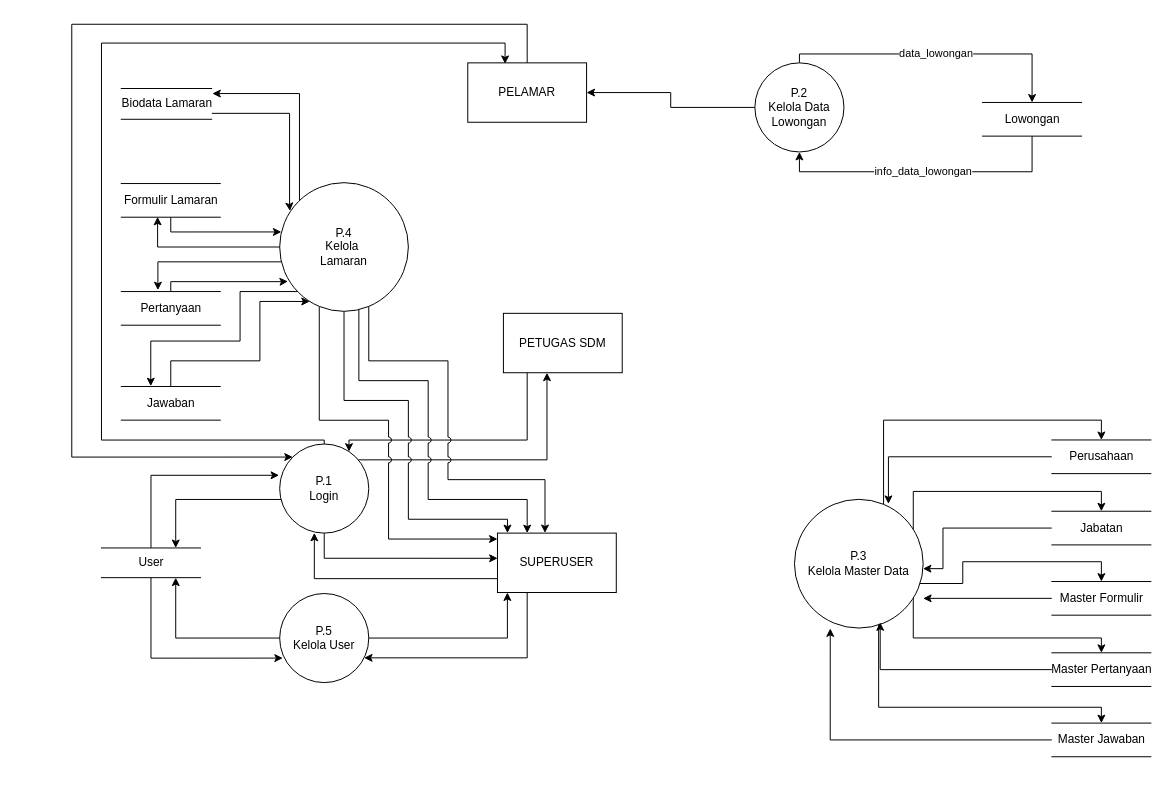
Earlier version of the draw.io diagram page "DFD 0" (2 of 7) of DFD v2.drawio (keys2505/tugas-akhir). Source tidied: cells renumbered, new cells numbered last; positions are measured from the earlier drawing's top-left corner, leaving out a move shared by most shapes. Both pictures are drawn from the tidied source at 99%, with x=0, y=0 at pixel (71, 24).
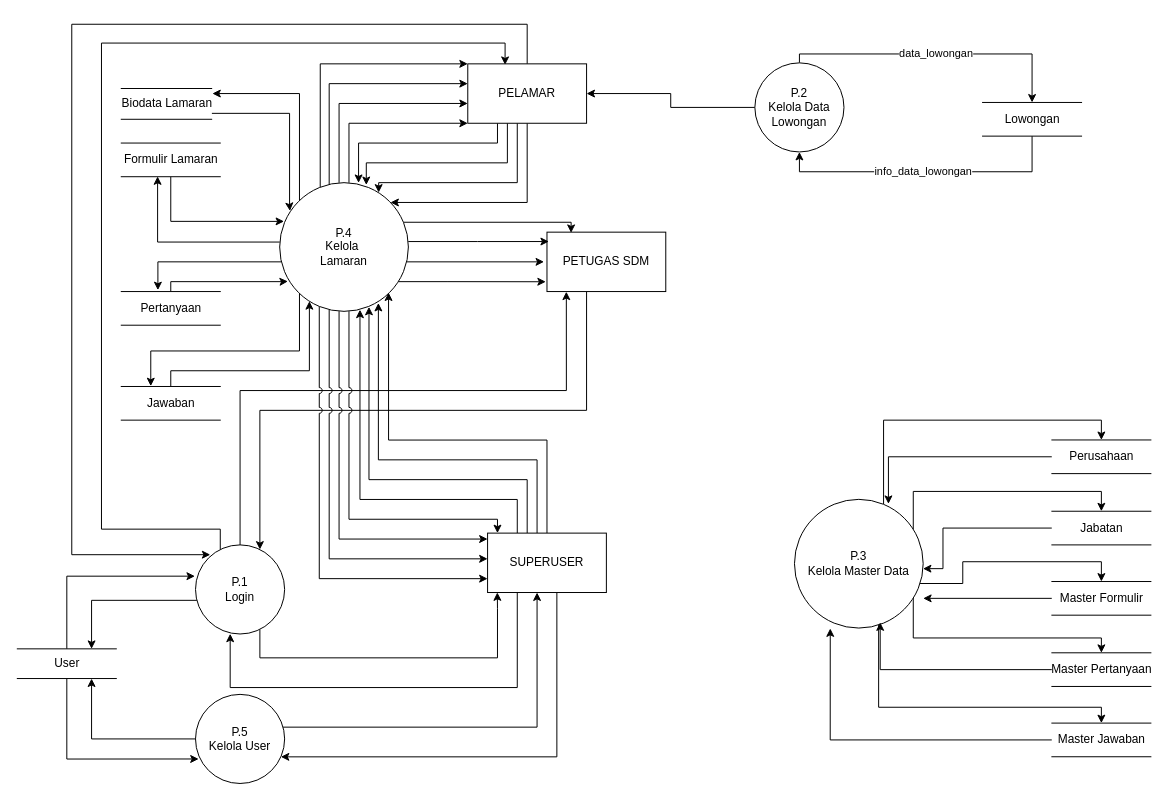
The same diagram, later.

Unchanged cells that the change refers to:
```xml
<mxCell id="36" value="&lt;div&gt;P.4&lt;/div&gt;&lt;div&gt;Kelola&amp;nbsp;&lt;/div&gt;&lt;div&gt;&lt;span style=&quot;background-color: initial;&quot;&gt;Lamaran&lt;/span&gt;&lt;br&gt;&lt;/div&gt;" style="ellipse;whiteSpace=wrap;html=1;" parent="1" vertex="1">
  <mxGeometry x="210" y="160" width="130" height="130" as="geometry" />
</mxCell>
<mxCell id="53" value="Jawaban" style="html=1;dashed=0;whitespace=wrap;shape=partialRectangle;right=0;left=0;" parent="1" vertex="1">
  <mxGeometry x="50" y="365.9" width="100" height="34" as="geometry" />
</mxCell>
```

Change to the diagram source:
```diff
@@
     <mxCell id="2" style="edgeStyle=orthogonalEdgeStyle;rounded=0;jettySize=auto;html=1;entryX=0.75;entryY=0;entryDx=0;entryDy=0;" parent="1" edge="1" source="6" target="16">
       <mxGeometry relative="1" as="geometry">
         <Array as="points">
-          <mxPoint x="105" y="480" />
+          <mxPoint x="20" y="581.9" />
         </Array>
       </mxGeometry>
     </mxCell>
-    <mxCell id="3" style="edgeStyle=orthogonalEdgeStyle;rounded=0;jettySize=auto;html=1;entryX=0.001;entryY=0.424;entryDx=0;entryDy=0;entryPerimeter=0;" parent="1" edge="1" source="6" target="13">
-      <mxGeometry relative="1" as="geometry">
-        <Array as="points">
-          <mxPoint x="255" y="539" />
-        </Array>
-      </mxGeometry>
-    </mxCell>
-    <mxCell id="4" style="edgeStyle=orthogonalEdgeStyle;rounded=0;jettySize=auto;html=1;" parent="1" edge="1" source="6" target="8">
+    <mxCell id="4" style="edgeStyle=orthogonalEdgeStyle;rounded=0;jettySize=auto;html=1;entryX=0.163;entryY=1.002;entryDx=0;entryDy=0;entryPerimeter=0;" parent="1" edge="1" source="6" target="8">
       <mxGeometry relative="1" as="geometry">
         <Array as="points">
-          <mxPoint x="480" y="440" />
+          <mxPoint x="170" y="370" />
+          <mxPoint x="500" y="370" />
+          <mxPoint x="500" y="270" />
         </Array>
       </mxGeometry>
     </mxCell>
     <mxCell id="5" style="edgeStyle=orthogonalEdgeStyle;rounded=0;jettySize=auto;html=1;entryX=0.314;entryY=0.017;entryDx=0;entryDy=0;entryPerimeter=0;" parent="1" edge="1" source="6" target="10">
       <mxGeometry relative="1" as="geometry">
         <Array as="points">
-          <mxPoint x="255" y="420" />
-          <mxPoint x="30" y="420" />
+          <mxPoint x="150" y="510" />
+          <mxPoint x="30" y="510" />
           <mxPoint x="30" y="19" />
           <mxPoint x="438" y="19" />
         </Array>
       </mxGeometry>
     </mxCell>
+    <mxCell id="3" style="edgeStyle=orthogonalEdgeStyle;rounded=0;jettySize=auto;html=1;entryX=0.082;entryY=0.998;entryDx=0;entryDy=0;entryPerimeter=0;" parent="1" edge="1" source="6" target="13">
+      <mxGeometry relative="1" as="geometry">
+        <Array as="points">
+          <mxPoint x="190" y="640" />
+          <mxPoint x="430" y="640" />
+          <mxPoint x="430" y="590" />
+          <mxPoint x="430" y="590" />
+        </Array>
+      </mxGeometry>
+    </mxCell>
     <mxCell id="6" value="&lt;div&gt;P.1&lt;/div&gt;&lt;div&gt;Login&lt;br&gt;&lt;/div&gt;" style="ellipse;whiteSpace=wrap;html=1;" parent="1" vertex="1">
-      <mxGeometry x="210" y="424" width="90" height="90" as="geometry" />
+      <mxGeometry x="125" y="525.9" width="90" height="90" as="geometry" />
     </mxCell>
-    <mxCell id="7" style="edgeStyle=orthogonalEdgeStyle;rounded=0;jettySize=auto;html=1;entryX=0.778;entryY=0.085;entryDx=0;entryDy=0;entryPerimeter=0;" parent="1" edge="1" source="8" target="6">
+    <mxCell id="7" style="edgeStyle=orthogonalEdgeStyle;rounded=0;jettySize=auto;html=1;" parent="1" edge="1" source="8" target="6">
       <mxGeometry relative="1" as="geometry">
         <Array as="points">
-          <mxPoint x="460" y="420" />
-          <mxPoint x="280" y="420" />
+          <mxPoint x="520" y="390" />
+          <mxPoint x="190" y="390" />
         </Array>
       </mxGeometry>
     </mxCell>
     <mxCell id="8" value="PETUGAS SDM" style="rounded=0;whiteSpace=wrap;html=1;" parent="1" vertex="1">
-      <mxGeometry x="436" y="292" width="120" height="60" as="geometry" />
+      <mxGeometry x="480" y="210" width="120" height="60" as="geometry" />
     </mxCell>
-    <mxCell id="9" style="edgeStyle=orthogonalEdgeStyle;rounded=0;jettySize=auto;html=1;entryX=0;entryY=0;entryDx=0;entryDy=0;exitX=0.5;exitY=0;exitDx=0;exitDy=0;" parent="1" edge="1" source="10" target="6">
+    <mxCell id="9" style="edgeStyle=orthogonalEdgeStyle;rounded=0;jettySize=auto;html=1;exitX=0.5;exitY=0;exitDx=0;exitDy=0;entryX=0.166;entryY=0.11;entryDx=0;entryDy=0;entryPerimeter=0;" parent="1" edge="1" source="10" target="6">
       <mxGeometry relative="1" as="geometry">
         <Array as="points">
           <mxPoint x="460" />
           <mxPoint />
-          <mxPoint y="437" />
+          <mxPoint y="536" />
         </Array>
       </mxGeometry>
     </mxCell>
+    <mxCell id="58" style="edgeStyle=orthogonalEdgeStyle;rounded=0;jettySize=auto;html=1;" parent="1" edge="1" source="10" target="36">
+      <mxGeometry relative="1" as="geometry">
+        <Array as="points">
+          <mxPoint x="460" y="180" />
+        </Array>
+      </mxGeometry>
+    </mxCell>
+    <mxCell id="59" style="edgeStyle=orthogonalEdgeStyle;rounded=0;jettySize=auto;html=1;entryX=0.769;entryY=0.077;entryDx=0;entryDy=0;entryPerimeter=0;" parent="1" edge="1" source="10" target="36">
+      <mxGeometry relative="1" as="geometry">
+        <Array as="points">
+          <mxPoint x="450" y="160" />
+          <mxPoint x="310" y="160" />
+        </Array>
+      </mxGeometry>
+    </mxCell>
+    <mxCell id="60" style="edgeStyle=orthogonalEdgeStyle;rounded=0;jettySize=auto;html=1;entryX=0.673;entryY=0.018;entryDx=0;entryDy=0;entryPerimeter=0;" parent="1" edge="1" source="10" target="36">
+      <mxGeometry relative="1" as="geometry">
+        <Array as="points">
+          <mxPoint x="440" y="140" />
+          <mxPoint x="298" y="140" />
+        </Array>
+      </mxGeometry>
+    </mxCell>
+    <mxCell id="61" style="edgeStyle=orthogonalEdgeStyle;rounded=0;jettySize=auto;html=1;entryX=0.613;entryY=0.002;entryDx=0;entryDy=0;entryPerimeter=0;" parent="1" edge="1" source="10" target="36">
+      <mxGeometry relative="1" as="geometry">
+        <Array as="points">
+          <mxPoint x="430" y="120" />
+          <mxPoint x="290" y="120" />
+        </Array>
+      </mxGeometry>
+    </mxCell>
     <mxCell id="10" value="PELAMAR" style="rounded=0;whiteSpace=wrap;html=1;" parent="1" vertex="1">
-      <mxGeometry x="400" y="39" width="120" height="60" as="geometry" />
+      <mxGeometry x="400" y="40" width="120" height="60" as="geometry" />
     </mxCell>
     <mxCell id="11" style="edgeStyle=orthogonalEdgeStyle;rounded=0;jettySize=auto;html=1;" parent="1" edge="1" source="13" target="39">
       <mxGeometry relative="1" as="geometry">
         <Array as="points">
-          <mxPoint x="460" y="640" />
+          <mxPoint x="490" y="740" />
         </Array>
       </mxGeometry>
     </mxCell>
     <mxCell id="12" style="edgeStyle=orthogonalEdgeStyle;rounded=0;jettySize=auto;html=1;entryX=0.389;entryY=0.997;entryDx=0;entryDy=0;entryPerimeter=0;" parent="1" edge="1" source="13" target="6">
       <mxGeometry relative="1" as="geometry">
         <Array as="points">
-          <mxPoint x="245" y="560" />
+          <mxPoint x="450" y="670" />
+          <mxPoint x="160" y="670" />
         </Array>
       </mxGeometry>
     </mxCell>
+    <mxCell id="62" style="edgeStyle=orthogonalEdgeStyle;rounded=0;jettySize=auto;html=1;exitX=0.25;exitY=0;exitDx=0;exitDy=0;entryX=0.624;entryY=0.987;entryDx=0;entryDy=0;entryPerimeter=0;" parent="1" edge="1" source="13" target="36">
+      <mxGeometry relative="1" as="geometry">
+        <Array as="points">
+          <mxPoint x="450" y="480" />
+          <mxPoint x="291" y="480" />
+        </Array>
+      </mxGeometry>
+    </mxCell>
+    <mxCell id="63" style="edgeStyle=orthogonalEdgeStyle;rounded=0;jettySize=auto;html=1;entryX=0.694;entryY=0.965;entryDx=0;entryDy=0;entryPerimeter=0;" parent="1" edge="1" source="13" target="36">
+      <mxGeometry relative="1" as="geometry">
+        <Array as="points">
+          <mxPoint x="460" y="460" />
+          <mxPoint x="300" y="460" />
+        </Array>
+      </mxGeometry>
+    </mxCell>
+    <mxCell id="64" style="edgeStyle=orthogonalEdgeStyle;rounded=0;jettySize=auto;html=1;entryX=0.767;entryY=0.935;entryDx=0;entryDy=0;entryPerimeter=0;" parent="1" edge="1" source="13" target="36">
+      <mxGeometry relative="1" as="geometry">
+        <Array as="points">
+          <mxPoint x="470" y="440" />
+          <mxPoint x="310" y="440" />
+          <mxPoint x="310" y="282" />
+        </Array>
+      </mxGeometry>
+    </mxCell>
+    <mxCell id="65" style="edgeStyle=orthogonalEdgeStyle;rounded=0;jettySize=auto;html=1;entryX=0.846;entryY=0.854;entryDx=0;entryDy=0;entryPerimeter=0;" parent="1" edge="1" source="13" target="36">
+      <mxGeometry relative="1" as="geometry">
+        <Array as="points">
+          <mxPoint x="480" y="420" />
+          <mxPoint x="320" y="420" />
+        </Array>
+      </mxGeometry>
+    </mxCell>
     <mxCell id="13" value="SUPERUSER" style="rounded=0;whiteSpace=wrap;html=1;" parent="1" vertex="1">
-      <mxGeometry x="430" y="514" width="120" height="60" as="geometry" />
+      <mxGeometry x="420" y="514" width="120" height="60" as="geometry" />
     </mxCell>
     <mxCell id="14" style="edgeStyle=orthogonalEdgeStyle;rounded=0;jettySize=auto;html=1;entryX=-0.007;entryY=0.351;entryDx=0;entryDy=0;entryPerimeter=0;" parent="1" edge="1" source="16" target="6">
       <mxGeometry relative="1" as="geometry">
         <Array as="points">
-          <mxPoint x="80" y="456" />
+          <mxPoint x="-5" y="557.9" />
         </Array>
       </mxGeometry>
     </mxCell>
     <mxCell id="15" style="edgeStyle=orthogonalEdgeStyle;rounded=0;jettySize=auto;html=1;entryX=0.035;entryY=0.725;entryDx=0;entryDy=0;entryPerimeter=0;" parent="1" edge="1" source="16" target="39">
       <mxGeometry relative="1" as="geometry">
         <Array as="points">
-          <mxPoint x="80" y="640" />
+          <mxPoint x="-5" y="741.9" />
         </Array>
       </mxGeometry>
     </mxCell>
     <mxCell id="16" value="User" style="html=1;dashed=0;whitespace=wrap;shape=partialRectangle;right=0;left=0;" parent="1" vertex="1">
-      <mxGeometry x="30" y="529" width="100" height="30" as="geometry" />
+      <mxGeometry x="-55" y="630.9" width="100" height="30" as="geometry" />
     </mxCell>
@@
     <mxCell id="29" style="edgeStyle=orthogonalEdgeStyle;rounded=0;jettySize=auto;html=1;entryX=0.367;entryY=0.99;entryDx=0;entryDy=0;entryPerimeter=0;" parent="1" edge="1" source="36" target="41">
-      <mxGeometry relative="1" as="geometry" />
+      <mxGeometry relative="1" as="geometry">
+        <Array as="points">
+          <mxPoint x="87" y="220" />
+        </Array>
+      </mxGeometry>
     </mxCell>
@@
     <mxCell id="31" style="edgeStyle=orthogonalEdgeStyle;rounded=0;jettySize=auto;html=1;entryX=0.298;entryY=-0.01;entryDx=0;entryDy=0;entryPerimeter=0;" parent="1" edge="1" source="36" target="53">
       <mxGeometry relative="1" as="geometry">
         <Array as="points">
-          <mxPoint x="170" y="270" />
-          <mxPoint x="170" y="320" />
-          <mxPoint x="80" y="320" />
+          <mxPoint x="230" y="330" />
+          <mxPoint x="80" y="330" />
         </Array>
       </mxGeometry>
     </mxCell>
-    <mxCell id="32" style="edgeStyle=orthogonalEdgeStyle;rounded=0;jettySize=auto;html=1;jumpStyle=arc;" parent="1" edge="1" source="36">
+    <mxCell id="32" style="edgeStyle=orthogonalEdgeStyle;rounded=0;jettySize=auto;html=1;jumpStyle=arc;entryX=0;entryY=0.767;entryDx=0;entryDy=0;entryPerimeter=0;" parent="1" edge="1" source="36" target="13">
       <mxGeometry relative="1" as="geometry">
-        <mxPoint x="430" y="520" as="targetPoint" />
         <Array as="points">
-          <mxPoint x="250" y="400" />
-          <mxPoint x="320" y="400" />
-          <mxPoint x="320" y="520" />
-          <mxPoint x="430" y="520" />
+          <mxPoint x="250" y="560" />
         </Array>
       </mxGeometry>
     </mxCell>
-    <mxCell id="33" style="edgeStyle=orthogonalEdgeStyle;rounded=0;jettySize=auto;html=1;entryX=0.084;entryY=-0.001;entryDx=0;entryDy=0;entryPerimeter=0;jumpStyle=arc;" parent="1" edge="1" source="36" target="13">
+    <mxCell id="33" style="edgeStyle=orthogonalEdgeStyle;rounded=0;jettySize=auto;html=1;entryX=0;entryY=0.433;entryDx=0;entryDy=0;entryPerimeter=0;jumpStyle=arc;" parent="1" edge="1" source="36" target="13">
       <mxGeometry relative="1" as="geometry">
         <Array as="points">
-          <mxPoint x="275" y="380" />
-          <mxPoint x="340" y="380" />
-          <mxPoint x="340" y="500" />
-          <mxPoint x="440" y="500" />
+          <mxPoint x="260" y="540" />
         </Array>
       </mxGeometry>
     </mxCell>
-    <mxCell id="34" style="edgeStyle=orthogonalEdgeStyle;rounded=0;jettySize=auto;html=1;entryX=0.25;entryY=0;entryDx=0;entryDy=0;jumpStyle=arc;" parent="1" edge="1" source="36" target="13">
+    <mxCell id="34" style="edgeStyle=orthogonalEdgeStyle;rounded=0;jettySize=auto;html=1;jumpStyle=arc;" parent="1" edge="1" source="36">
       <mxGeometry relative="1" as="geometry">
+        <mxPoint x="420" y="520" as="targetPoint" />
         <Array as="points">
-          <mxPoint x="290" y="360" />
-          <mxPoint x="360" y="360" />
-          <mxPoint x="360" y="480" />
-          <mxPoint x="460" y="480" />
+          <mxPoint x="270" y="520" />
         </Array>
       </mxGeometry>
     </mxCell>
-    <mxCell id="35" style="edgeStyle=orthogonalEdgeStyle;rounded=0;jettySize=auto;html=1;jumpStyle=arc;entryX=0.4;entryY=-0.003;entryDx=0;entryDy=0;entryPerimeter=0;" parent="1" edge="1" source="36" target="13">
+    <mxCell id="35" style="edgeStyle=orthogonalEdgeStyle;rounded=0;jettySize=auto;html=1;jumpStyle=arc;" parent="1" edge="1" source="36">
       <mxGeometry relative="1" as="geometry">
+        <mxPoint x="430" y="514" as="targetPoint" />
         <Array as="points">
-          <mxPoint x="300" y="340" />
-          <mxPoint x="380" y="340" />
-          <mxPoint x="380" y="460" />
-          <mxPoint x="478" y="460" />
+          <mxPoint x="280" y="500" />
+          <mxPoint x="430" y="500" />
         </Array>
       </mxGeometry>
     </mxCell>
+    <mxCell id="66" style="edgeStyle=orthogonalEdgeStyle;rounded=0;jettySize=auto;html=1;entryX=0;entryY=0;entryDx=0;entryDy=0;exitX=0.315;exitY=0.045;exitDx=0;exitDy=0;exitPerimeter=0;" parent="1" edge="1" source="36" target="10">
+      <mxGeometry relative="1" as="geometry">
+        <Array as="points">
+          <mxPoint x="251" y="40" />
+          <mxPoint x="400" y="40" />
+        </Array>
+      </mxGeometry>
+    </mxCell>
+    <mxCell id="67" style="edgeStyle=orthogonalEdgeStyle;rounded=0;jettySize=auto;html=1;" parent="1" edge="1" source="36">
+      <mxGeometry relative="1" as="geometry">
+        <mxPoint x="400" y="60" as="targetPoint" />
+        <Array as="points">
+          <mxPoint x="260" y="60" />
+          <mxPoint x="400" y="60" />
+        </Array>
+      </mxGeometry>
+    </mxCell>
+    <mxCell id="68" style="edgeStyle=orthogonalEdgeStyle;rounded=0;jettySize=auto;html=1;" parent="1" edge="1" source="36">
+      <mxGeometry relative="1" as="geometry">
+        <mxPoint x="400" y="80" as="targetPoint" />
+        <Array as="points">
+          <mxPoint x="270" y="80" />
+          <mxPoint x="400" y="80" />
+        </Array>
+      </mxGeometry>
+    </mxCell>
+    <mxCell id="69" style="edgeStyle=orthogonalEdgeStyle;rounded=0;jettySize=auto;html=1;" parent="1" edge="1" source="36">
+      <mxGeometry relative="1" as="geometry">
+        <mxPoint x="400" y="100" as="targetPoint" />
+        <Array as="points">
+          <mxPoint x="280" y="100" />
+        </Array>
+      </mxGeometry>
+    </mxCell>
+    <mxCell id="70" style="edgeStyle=orthogonalEdgeStyle;rounded=0;jettySize=auto;html=1;entryX=0.203;entryY=0.012;entryDx=0;entryDy=0;entryPerimeter=0;" parent="1" edge="1" source="36" target="8">
+      <mxGeometry relative="1" as="geometry">
+        <Array as="points">
+          <mxPoint x="504" y="200" />
+        </Array>
+      </mxGeometry>
+    </mxCell>
+    <mxCell id="71" style="edgeStyle=orthogonalEdgeStyle;rounded=0;jettySize=auto;html=1;entryX=0.016;entryY=0.158;entryDx=0;entryDy=0;entryPerimeter=0;" parent="1" edge="1" source="36" target="8">
+      <mxGeometry relative="1" as="geometry">
+        <Array as="points">
+          <mxPoint x="410" y="220" />
+        </Array>
+      </mxGeometry>
+    </mxCell>
+    <mxCell id="72" style="edgeStyle=orthogonalEdgeStyle;rounded=0;jettySize=auto;html=1;" parent="1" edge="1" source="36">
+      <mxGeometry relative="1" as="geometry">
+        <mxPoint x="477" y="240" as="targetPoint" />
+        <Array as="points">
+          <mxPoint x="477" y="240" />
+        </Array>
+      </mxGeometry>
+    </mxCell>
+    <mxCell id="73" style="edgeStyle=orthogonalEdgeStyle;rounded=0;jettySize=auto;html=1;entryX=-0.01;entryY=0.835;entryDx=0;entryDy=0;entryPerimeter=0;" parent="1" edge="1" source="36" target="8">
+      <mxGeometry relative="1" as="geometry">
+        <Array as="points">
+          <mxPoint x="380" y="260" />
+          <mxPoint x="380" y="260" />
+        </Array>
+      </mxGeometry>
+    </mxCell>
@@
     <mxCell id="38" style="edgeStyle=orthogonalEdgeStyle;rounded=0;jettySize=auto;html=1;" parent="1" edge="1" source="39" target="13">
       <mxGeometry relative="1" as="geometry">
         <Array as="points">
-          <mxPoint x="440" y="620" />
+          <mxPoint x="470" y="710" />
         </Array>
       </mxGeometry>
     </mxCell>
     <mxCell id="39" value="&lt;div&gt;P.5&lt;/div&gt;&lt;div&gt;Kelola User&lt;br&gt;&lt;/div&gt;" style="ellipse;whiteSpace=wrap;html=1;" parent="1" vertex="1">
-      <mxGeometry x="210" y="575" width="90" height="90" as="geometry" />
+      <mxGeometry x="125" y="676.9" width="90" height="90" as="geometry" />
     </mxCell>
-    <mxCell id="40" style="edgeStyle=orthogonalEdgeStyle;rounded=0;jettySize=auto;html=1;entryX=0.013;entryY=0.383;entryDx=0;entryDy=0;entryPerimeter=0;" parent="1" edge="1" source="41" target="36">
+    <mxCell id="40" style="edgeStyle=orthogonalEdgeStyle;rounded=0;jettySize=auto;html=1;entryX=0.034;entryY=0.301;entryDx=0;entryDy=0;entryPerimeter=0;" parent="1" edge="1" source="41" target="36">
       <mxGeometry relative="1" as="geometry">
         <Array as="points">
-          <mxPoint x="100" y="210" />
+          <mxPoint x="100" y="199" />
         </Array>
       </mxGeometry>
     </mxCell>
     <mxCell id="41" value="Formulir Lamaran" style="html=1;dashed=0;whitespace=wrap;shape=partialRectangle;right=0;left=0;" parent="1" vertex="1">
-      <mxGeometry x="50" y="160.9" width="100" height="34" as="geometry" />
+      <mxGeometry x="50" y="120" width="100" height="34" as="geometry" />
     </mxCell>
@@
     <mxCell id="52" style="edgeStyle=orthogonalEdgeStyle;rounded=0;jettySize=auto;html=1;" parent="1" edge="1" source="53" target="36">
       <mxGeometry relative="1" as="geometry">
         <Array as="points">
-          <mxPoint x="100" y="340" />
-          <mxPoint x="190" y="340" />
-          <mxPoint x="190" y="280" />
+          <mxPoint x="100" y="350" />
+          <mxPoint x="240" y="350" />
         </Array>
       </mxGeometry>
     </mxCell>
```
